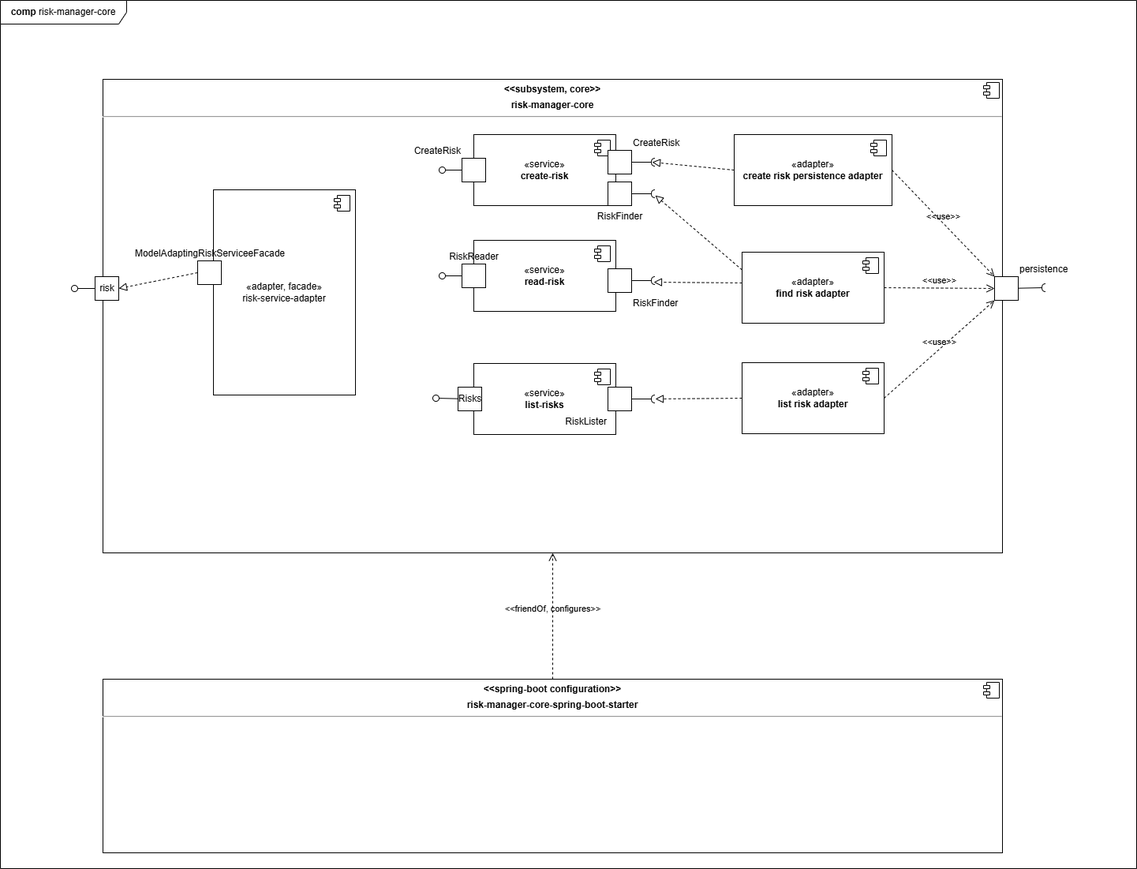
Earlier version of the draw.io export documentation/arc-documentation/images/05_building_block_view/coresystem/whitebox-risk-manager-core.drawio.png (stueberm1/riskmanager). Source tidied: cells renumbered, new cells last; positions are measured from the earlier drawing's top-left corner, leaving out a move shared by most shapes.
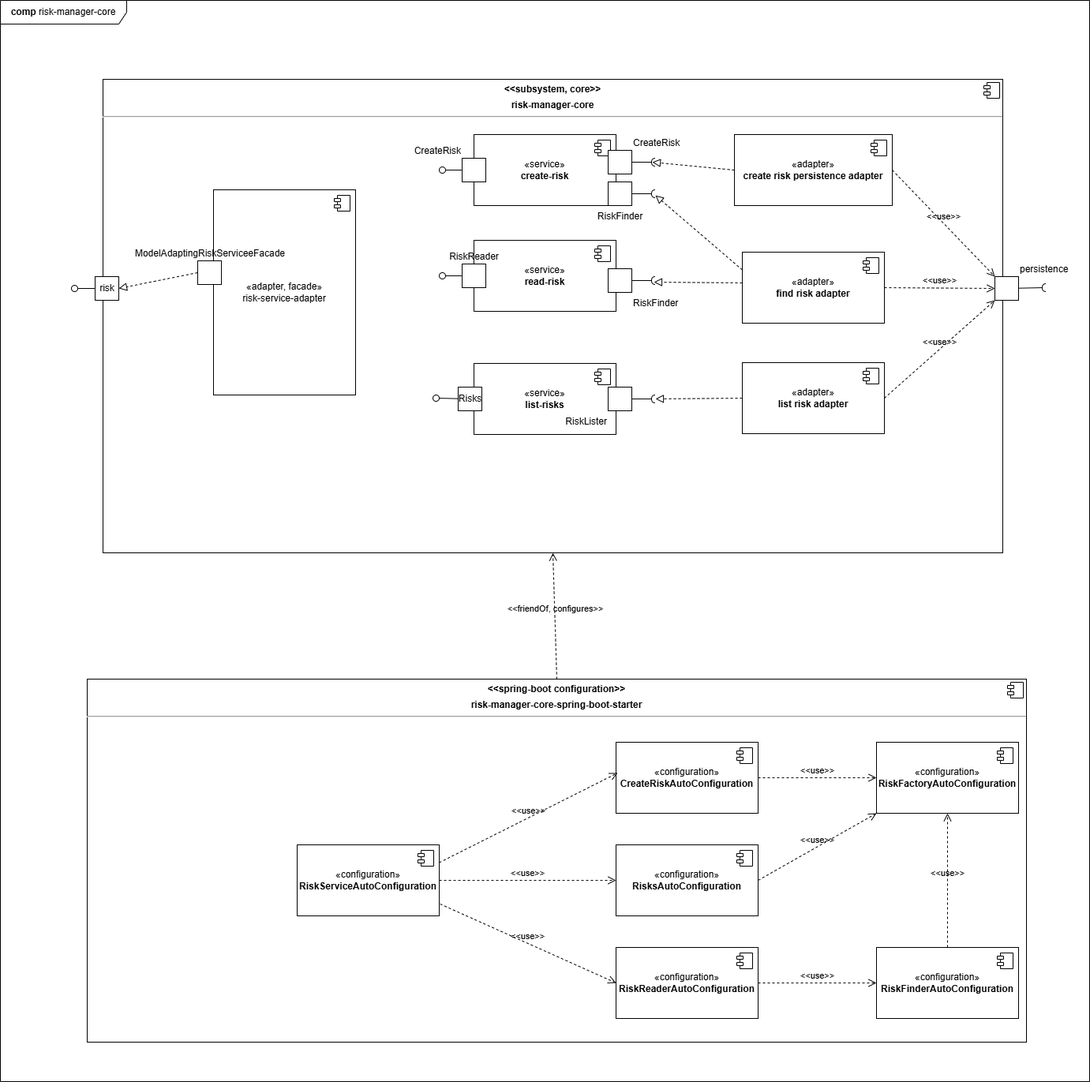
After the commit.

What changed in the source:
```diff
@@ -3,7 +3,7 @@
     <mxCell id="0" />
     <mxCell id="1" parent="0" />
     <mxCell id="2" value="&lt;b&gt;comp&lt;/b&gt; risk-manager-core" style="shape=umlFrame;whiteSpace=wrap;html=1;width=160;" parent="1" vertex="1">
-      <mxGeometry width="1440" height="1100" as="geometry" />
+      <mxGeometry width="1380" height="1370" as="geometry" />
     </mxCell>
     <mxCell id="3" value="&lt;p style=&quot;margin:0px;margin-top:6px;text-align:center;&quot;&gt;&lt;b&gt;&amp;lt;&amp;lt;subsystem, core&amp;gt;&amp;gt;&lt;/b&gt;&lt;/p&gt;&lt;p style=&quot;margin:0px;margin-top:6px;text-align:center;&quot;&gt;&lt;b&gt;risk-manager-core&lt;/b&gt;&lt;/p&gt;&lt;hr&gt;&lt;p style=&quot;margin:0px;margin-left:8px;&quot;&gt;&lt;br&gt;&lt;/p&gt;" style="align=left;overflow=fill;html=1;whiteSpace=wrap;" parent="2" vertex="1">
       <mxGeometry x="130" y="100" width="1140" height="600" as="geometry" />
@@ -32,7 +32,7 @@
       <mxGeometry x="1320" y="359" width="5" height="10" as="geometry" />
     </mxCell>
     <mxCell id="11" value="&lt;p style=&quot;margin:0px;margin-top:6px;text-align:center;&quot;&gt;&lt;b&gt;&amp;lt;&amp;lt;spring-boot configuration&amp;gt;&amp;gt;&lt;/b&gt;&lt;/p&gt;&lt;p style=&quot;margin:0px;margin-top:6px;text-align:center;&quot;&gt;&lt;b&gt;risk-manager-core-spring-boot-starter&lt;/b&gt;&lt;/p&gt;&lt;hr&gt;&lt;p style=&quot;margin:0px;margin-left:8px;&quot;&gt;&lt;br&gt;&lt;br&gt;&lt;/p&gt;" style="align=left;overflow=fill;html=1;whiteSpace=wrap;" parent="2" vertex="1">
-      <mxGeometry x="130" y="860" width="1140" height="220" as="geometry" />
+      <mxGeometry x="110" y="860" width="1190" height="460" as="geometry" />
     </mxCell>
     <mxCell id="12" style="shape=component;jettyWidth=8;jettyHeight=4;" parent="11" vertex="1">
       <mxGeometry x="1" width="20" height="20" relative="1" as="geometry">
@@ -188,5 +188,74 @@
     <mxCell id="57" value="&amp;lt;&amp;lt;use&amp;gt;&amp;gt;" style="endArrow=open;startArrow=none;endFill=0;startFill=0;endSize=8;html=1;verticalAlign=bottom;dashed=1;labelBackgroundColor=none;rounded=0;exitX=1;exitY=0.5;exitDx=0;exitDy=0;entryX=0;entryY=1;entryDx=0;entryDy=0;" parent="2" edge="1" source="54" target="8">
       <mxGeometry relative="1" as="geometry" />
     </mxCell>
+    <mxCell id="58" value="«configuration»&lt;br&gt;&lt;b&gt;RiskFactoryAutoConfiguration&lt;/b&gt;" style="html=1;whiteSpace=wrap;" parent="2" vertex="1">
+      <mxGeometry x="1110" y="940" width="180" height="90" as="geometry" />
+    </mxCell>
+    <mxCell id="59" style="shape=module;jettyWidth=8;jettyHeight=4;" parent="58" vertex="1">
+      <mxGeometry x="1" width="20" height="20" relative="1" as="geometry">
+        <mxPoint x="-27" y="7" as="offset" />
+      </mxGeometry>
+    </mxCell>
+    <mxCell id="60" value="«configuration»&lt;br&gt;&lt;b&gt;CreateRiskAutoConfiguration&lt;/b&gt;" style="html=1;whiteSpace=wrap;" parent="2" vertex="1">
+      <mxGeometry x="780" y="940" width="180" height="90" as="geometry" />
+    </mxCell>
+    <mxCell id="61" style="shape=module;jettyWidth=8;jettyHeight=4;" parent="60" vertex="1">
+      <mxGeometry x="1" width="20" height="20" relative="1" as="geometry">
+        <mxPoint x="-27" y="7" as="offset" />
+      </mxGeometry>
+    </mxCell>
+    <mxCell id="62" value="«configuration»&lt;br&gt;&lt;b&gt;RiskReaderAutoConfiguration&lt;/b&gt;" style="html=1;whiteSpace=wrap;" parent="2" vertex="1">
+      <mxGeometry x="780" y="1200" width="180" height="90" as="geometry" />
+    </mxCell>
+    <mxCell id="63" style="shape=module;jettyWidth=8;jettyHeight=4;" parent="62" vertex="1">
+      <mxGeometry x="1" width="20" height="20" relative="1" as="geometry">
+        <mxPoint x="-27" y="7" as="offset" />
+      </mxGeometry>
+    </mxCell>
+    <mxCell id="64" value="«configuration»&lt;br&gt;&lt;b&gt;RiskFinderAutoConfiguration&lt;/b&gt;" style="html=1;whiteSpace=wrap;" parent="2" vertex="1">
+      <mxGeometry x="1110" y="1200" width="180" height="90" as="geometry" />
+    </mxCell>
+    <mxCell id="65" style="shape=module;jettyWidth=8;jettyHeight=4;" parent="64" vertex="1">
+      <mxGeometry x="1" width="20" height="20" relative="1" as="geometry">
+        <mxPoint x="-27" y="7" as="offset" />
+      </mxGeometry>
+    </mxCell>
+    <mxCell id="66" value="«configuration»&lt;br&gt;&lt;b&gt;RisksAutoConfiguration&lt;/b&gt;" style="html=1;whiteSpace=wrap;" parent="2" vertex="1">
+      <mxGeometry x="780" y="1070" width="180" height="90" as="geometry" />
+    </mxCell>
+    <mxCell id="67" style="shape=module;jettyWidth=8;jettyHeight=4;" parent="66" vertex="1">
+      <mxGeometry x="1" width="20" height="20" relative="1" as="geometry">
+        <mxPoint x="-27" y="7" as="offset" />
+      </mxGeometry>
+    </mxCell>
+    <mxCell id="68" value="«configuration»&lt;br&gt;&lt;b&gt;RiskServiceAutoConfiguration&lt;/b&gt;" style="html=1;whiteSpace=wrap;" parent="2" vertex="1">
+      <mxGeometry x="376" y="1070" width="180" height="90" as="geometry" />
+    </mxCell>
+    <mxCell id="69" style="shape=module;jettyWidth=8;jettyHeight=4;" parent="68" vertex="1">
+      <mxGeometry x="1" width="20" height="20" relative="1" as="geometry">
+        <mxPoint x="-27" y="7" as="offset" />
+      </mxGeometry>
+    </mxCell>
+    <mxCell id="70" value="&amp;lt;&amp;lt;use&amp;gt;&amp;gt;" style="endArrow=open;startArrow=none;endFill=0;startFill=0;endSize=8;html=1;verticalAlign=bottom;dashed=1;labelBackgroundColor=none;rounded=0;exitX=1;exitY=0.25;exitDx=0;exitDy=0;entryX=0.011;entryY=0.433;entryDx=0;entryDy=0;entryPerimeter=0;" parent="2" edge="1" source="68" target="60">
+      <mxGeometry relative="1" as="geometry" />
+    </mxCell>
+    <mxCell id="71" value="&amp;lt;&amp;lt;use&amp;gt;&amp;gt;" style="endArrow=open;startArrow=none;endFill=0;startFill=0;endSize=8;html=1;verticalAlign=bottom;dashed=1;labelBackgroundColor=none;rounded=0;exitX=1;exitY=0.5;exitDx=0;exitDy=0;entryX=0;entryY=0.5;entryDx=0;entryDy=0;" parent="2" edge="1" source="68" target="66">
+      <mxGeometry relative="1" as="geometry" />
+    </mxCell>
+    <mxCell id="72" value="&amp;lt;&amp;lt;use&amp;gt;&amp;gt;" style="endArrow=open;startArrow=none;endFill=0;startFill=0;endSize=8;html=1;verticalAlign=bottom;dashed=1;labelBackgroundColor=none;rounded=0;exitX=1.006;exitY=0.833;exitDx=0;exitDy=0;exitPerimeter=0;entryX=0;entryY=0.5;entryDx=0;entryDy=0;" parent="2" edge="1" source="68" target="62">
+      <mxGeometry relative="1" as="geometry" />
+    </mxCell>
+    <mxCell id="73" value="&amp;lt;&amp;lt;use&amp;gt;&amp;gt;" style="endArrow=open;startArrow=none;endFill=0;startFill=0;endSize=8;html=1;verticalAlign=bottom;dashed=1;labelBackgroundColor=none;rounded=0;exitX=1;exitY=0.5;exitDx=0;exitDy=0;entryX=0;entryY=0.5;entryDx=0;entryDy=0;" parent="2" edge="1" source="62" target="64">
+      <mxGeometry relative="1" as="geometry" />
+    </mxCell>
+    <mxCell id="74" value="&amp;lt;&amp;lt;use&amp;gt;&amp;gt;" style="endArrow=open;startArrow=none;endFill=0;startFill=0;endSize=8;html=1;verticalAlign=bottom;dashed=1;labelBackgroundColor=none;rounded=0;exitX=1;exitY=0.5;exitDx=0;exitDy=0;entryX=0;entryY=1;entryDx=0;entryDy=0;" parent="2" edge="1" source="66" target="58">
+      <mxGeometry relative="1" as="geometry" />
+    </mxCell>
+    <mxCell id="75" value="&amp;lt;&amp;lt;use&amp;gt;&amp;gt;" style="endArrow=open;startArrow=none;endFill=0;startFill=0;endSize=8;html=1;verticalAlign=bottom;dashed=1;labelBackgroundColor=none;rounded=0;exitX=1;exitY=0.5;exitDx=0;exitDy=0;entryX=0;entryY=0.5;entryDx=0;entryDy=0;" parent="2" edge="1" source="60" target="58">
+      <mxGeometry relative="1" as="geometry" />
+    </mxCell>
+    <mxCell id="76" value="&amp;lt;&amp;lt;use&amp;gt;&amp;gt;" style="endArrow=open;startArrow=none;endFill=0;startFill=0;endSize=8;html=1;verticalAlign=bottom;dashed=1;labelBackgroundColor=none;rounded=0;exitX=0.5;exitY=0;exitDx=0;exitDy=0;" parent="2" edge="1" source="64" target="58">
+      <mxGeometry relative="1" as="geometry" />
+    </mxCell>
   </root>
 </mxGraphModel>
```
